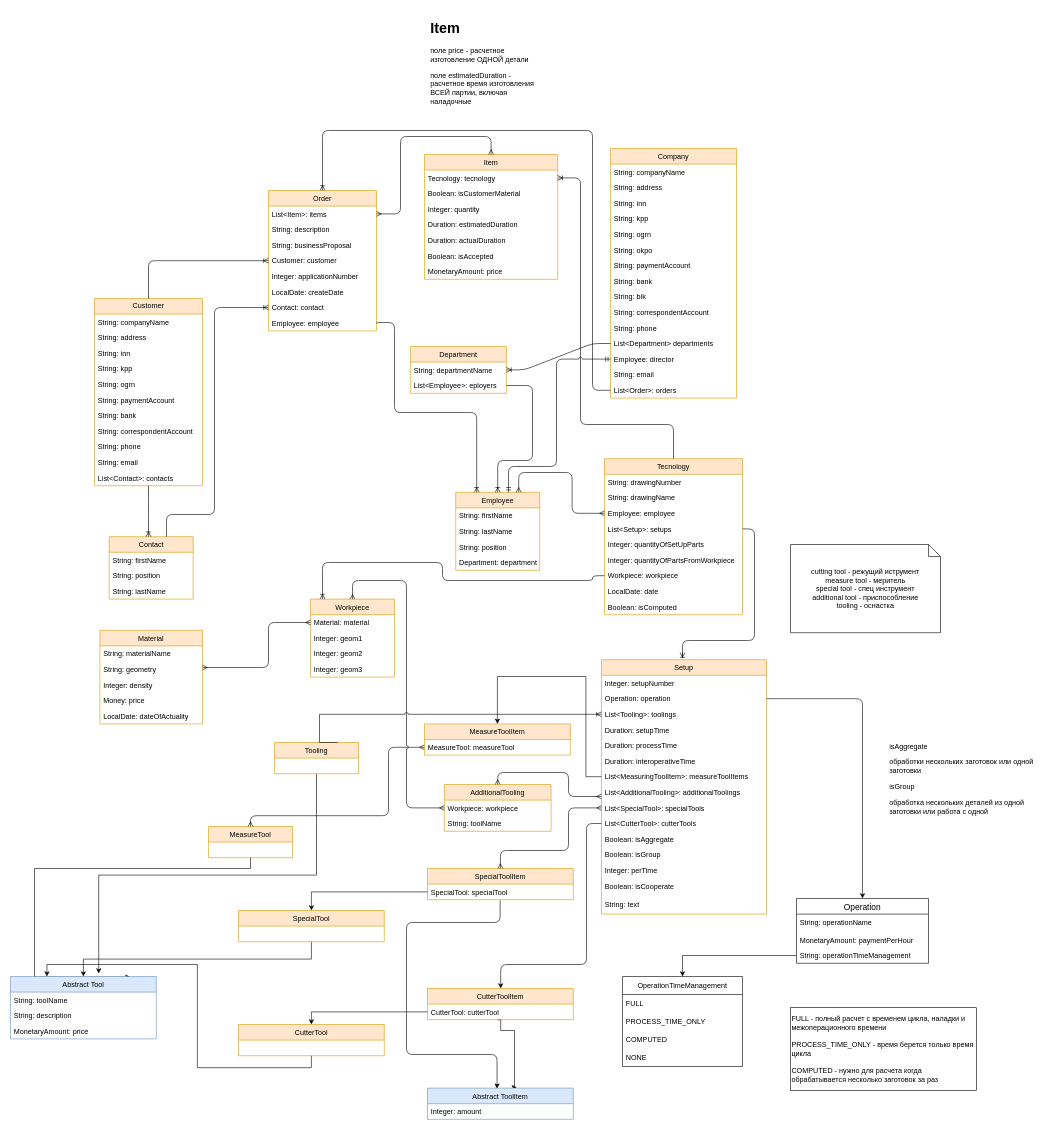
The draw.io diagram erp.drawio in Shaman58/sfsb, before the edit. Source tidied: cells renumbered, new cells numbered last; positions are measured from the earlier drawing's top-left corner, leaving out a move shared by most shapes. Both pictures are drawn from the tidied source at 60%, with x=0, y=0 at pixel (10, 16).
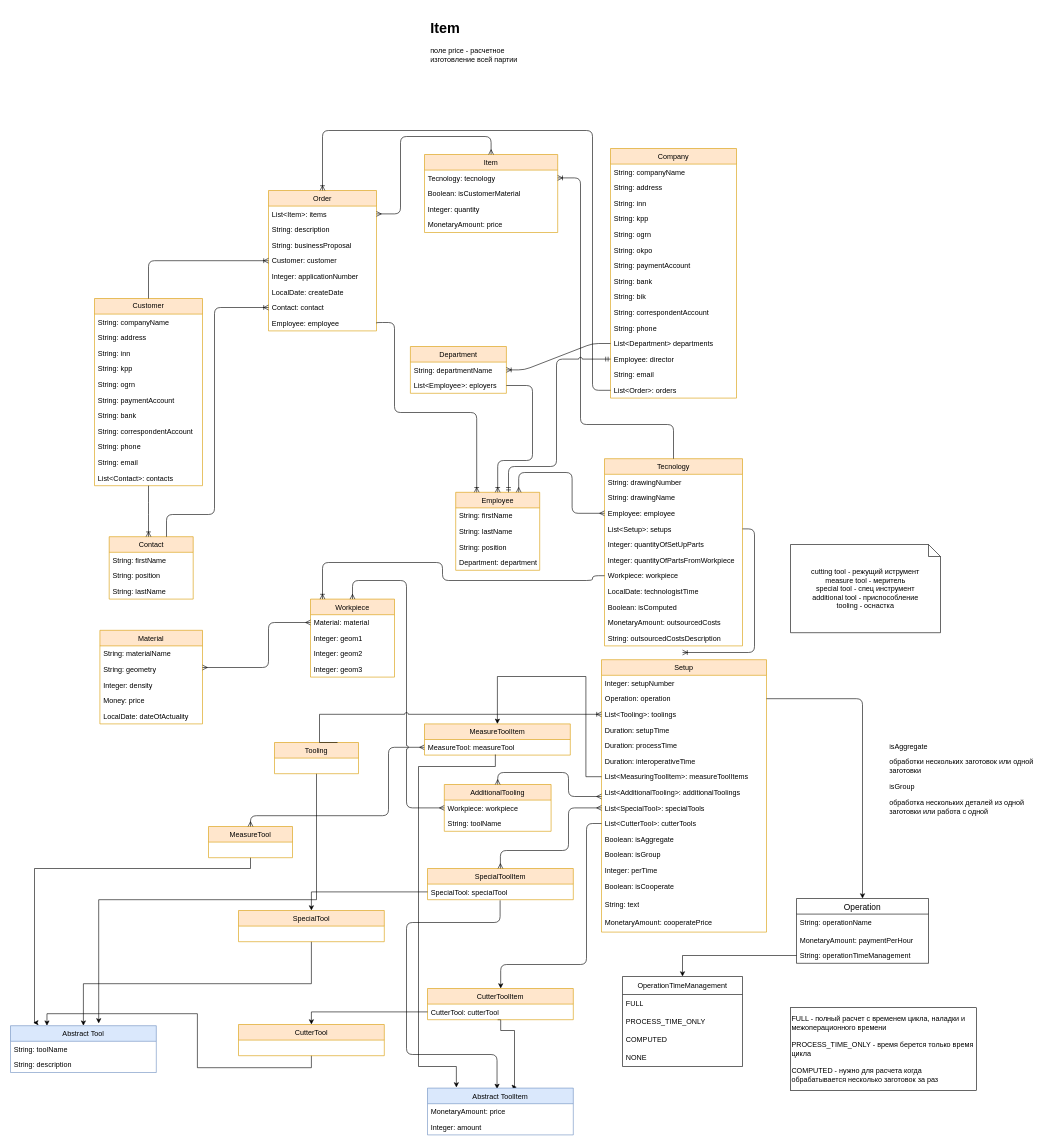
The same page after the edit.

The change refers to these unchanged cells:
```xml
<mxCell id="24" value="List&lt;Setup&gt;: setups" style="text;strokeColor=none;fillColor=none;align=left;verticalAlign=top;spacingLeft=4;spacingRight=4;overflow=hidden;points=[[0,0.5],[1,0.5]];portConstraint=eastwest;" parent="20" vertex="1">
  <mxGeometry y="104" width="230" height="26" as="geometry" />
</mxCell>
<mxCell id="66" value="MeasureTool" style="swimlane;fontStyle=0;horizontal=1;startSize=26;fillColor=#ffe6cc;fontSize=12;strokeColor=#d79b00;" parent="1" vertex="1">
  <mxGeometry x="330" y="1350" width="140" height="52" as="geometry" />
</mxCell>
<mxCell id="156" value="MeasureTool: measureTool" style="text;strokeColor=none;fillColor=none;align=left;verticalAlign=top;spacingLeft=4;spacingRight=4;overflow=hidden;points=[[0,0.5],[1,0.5]];portConstraint=eastwest;" parent="155" vertex="1">
  <mxGeometry y="26" width="243" height="26" as="geometry" />
</mxCell>
```

The edit, as a diff of the source:
```diff
@@
     <mxCell id="11" value="Item" style="swimlane;fontStyle=0;horizontal=1;startSize=26;fillColor=#ffe6cc;direction=east;strokeColor=#d79b00;" parent="1" vertex="1">
-      <mxGeometry x="690" y="230" width="222" height="208" as="geometry" />
+      <mxGeometry x="690" y="230" width="222" height="130" as="geometry" />
     </mxCell>
@@
-    <mxCell id="15" value="Duration: estimatedDuration" style="text;strokeColor=none;fillColor=none;align=left;verticalAlign=top;spacingLeft=4;spacingRight=4;overflow=hidden;" parent="11" vertex="1">
-      <mxGeometry y="104" width="222" height="26" as="geometry" />
-    </mxCell>
-    <mxCell id="16" value="Duration: actualDuration" style="text;strokeColor=none;fillColor=none;align=left;verticalAlign=top;spacingLeft=4;spacingRight=4;overflow=hidden;" parent="11" vertex="1">
-      <mxGeometry y="130" width="222" height="26" as="geometry" />
-    </mxCell>
-    <mxCell id="17" value="Boolean: isAccepted" style="text;strokeColor=none;fillColor=none;align=left;verticalAlign=top;spacingLeft=4;spacingRight=4;overflow=hidden;" parent="11" vertex="1">
-      <mxGeometry y="156" width="222" height="26" as="geometry" />
-    </mxCell>
     <mxCell id="18" value="MonetaryAmount: price" style="text;strokeColor=none;fillColor=none;align=left;verticalAlign=top;spacingLeft=4;spacingRight=4;overflow=hidden;" parent="11" vertex="1">
-      <mxGeometry y="182" width="222" height="26" as="geometry" />
+      <mxGeometry y="104" width="222" height="26" as="geometry" />
     </mxCell>
@@
     <mxCell id="20" value="Tecnology" style="swimlane;fontStyle=0;horizontal=1;startSize=26;fillColor=#ffe6cc;fontSize=12;glass=0;comic=0;strokeColor=#d79b00;" parent="1" vertex="1">
-      <mxGeometry x="990" y="737" width="230" height="260" as="geometry" />
+      <mxGeometry x="990" y="737" width="230" height="312" as="geometry" />
     </mxCell>
@@
-    <mxCell id="28" value="LocalDate: date" style="text;strokeColor=none;fillColor=none;align=left;verticalAlign=top;spacingLeft=4;spacingRight=4;overflow=hidden;" parent="20" vertex="1">
+    <mxCell id="28" value="LocalDate: technologistTime" style="text;strokeColor=none;fillColor=none;align=left;verticalAlign=top;spacingLeft=4;spacingRight=4;overflow=hidden;" parent="20" vertex="1">
       <mxGeometry y="208" width="230" height="26" as="geometry" />
     </mxCell>
@@
+    <mxCell id="159" value="MonetaryAmount: outsourcedCosts" style="text;strokeColor=none;fillColor=none;align=left;verticalAlign=top;spacingLeft=4;spacingRight=4;overflow=hidden;" parent="20" vertex="1">
+      <mxGeometry y="260" width="230" height="26" as="geometry" />
+    </mxCell>
+    <mxCell id="160" value="String: outsourcedCostsDescription" style="text;strokeColor=none;fillColor=none;align=left;verticalAlign=top;spacingLeft=4;spacingRight=4;overflow=hidden;" parent="20" vertex="1">
+      <mxGeometry y="286" width="230" height="26" as="geometry" />
+    </mxCell>
@@
-    <mxCell id="65" style="edgeStyle=orthogonalEdgeStyle;rounded=0;jettySize=auto;html=1;exitX=0.5;exitY=1;exitDx=0;exitDy=0;entryX=0.823;entryY=0.01;entryDx=0;entryDy=0;entryPerimeter=0;" parent="1" edge="1" source="66" target="148">
+    <mxCell id="65" style="edgeStyle=orthogonalEdgeStyle;rounded=0;jettySize=auto;html=1;exitX=0.5;exitY=1;exitDx=0;exitDy=0;entryX=0.156;entryY=-0.064;entryDx=0;entryDy=0;entryPerimeter=0;" parent="1" edge="1" source="66" target="148">
       <mxGeometry relative="1" as="geometry">
         <Array as="points">
           <mxPoint x="400" y="1420" />
           <mxPoint x="40" y="1420" />
-          <mxPoint x="40" y="1601" />
+          <mxPoint x="40" y="1677" />
         </Array>
       </mxGeometry>
     </mxCell>
@@
     <mxCell id="74" value="Setup" style="swimlane;fontStyle=0;horizontal=1;startSize=26;fillColor=#ffe6cc;fontSize=12;strokeColor=#d79b00;" parent="1" vertex="1">
-      <mxGeometry x="985" y="1072" width="275" height="424" as="geometry" />
+      <mxGeometry x="985" y="1072" width="275" height="454" as="geometry" />
     </mxCell>
@@
+    <mxCell id="161" value="MonetaryAmount: cooperatePrice" style="text;strokeColor=none;fillColor=none;align=left;verticalAlign=middle;spacingLeft=4;spacingRight=4;overflow=hidden;whiteSpace=wrap;html=1;" parent="74" vertex="1">
+      <mxGeometry y="424" width="275" height="30" as="geometry" />
+    </mxCell>
@@
     <mxCell id="91" style="edgeStyle=orthogonalEdgeStyle;fontSize=12;html=1;endArrow=ERoneToMany;shadow=0;strokeColor=#000000;" parent="1" edge="1" source="24">
       <mxGeometry relative="1" as="geometry">
         <mxPoint x="1120" y="1060" as="targetPoint" />
         <Array as="points">
           <mxPoint x="1240" y="854" />
-          <mxPoint x="1240" y="1040" />
-          <mxPoint x="1120" y="1040" />
-          <mxPoint x="1120" y="1072" />
+          <mxPoint x="1240" y="1060" />
+          <mxPoint x="1120" y="1060" />
         </Array>
       </mxGeometry>
     </mxCell>
@@
-    <mxCell id="126" value="&lt;h1&gt;Item&lt;/h1&gt;&lt;p&gt;поле price - расчетное изготовление ОДНОЙ детали&lt;/p&gt;&lt;p&gt;поле estimatedDuration - расчетное время изготовления ВСЕЙ партии, включая наладочные&lt;/p&gt;" style="text;html=1;strokeColor=none;fillColor=none;spacing=5;spacingTop=-20;whiteSpace=wrap;overflow=hidden;rounded=0;" parent="1" vertex="1">
+    <mxCell id="126" value="&lt;h1&gt;Item&lt;/h1&gt;&lt;p&gt;поле price - расчетное изготовление всей партии&lt;/p&gt;" style="text;html=1;strokeColor=none;fillColor=none;spacing=5;spacingTop=-20;whiteSpace=wrap;overflow=hidden;rounded=0;" parent="1" vertex="1">
       <mxGeometry x="695" width="190" height="160" as="geometry" />
     </mxCell>
@@
     <mxCell id="148" value="Abstract Tool" style="swimlane;fontStyle=0;horizontal=1;startSize=26;fillColor=#dae8fc;fontSize=12;strokeColor=#6c8ebf;" parent="1" vertex="1">
-      <mxGeometry y="1600" width="243" height="104" as="geometry" />
+      <mxGeometry y="1682" width="243" height="78" as="geometry" />
     </mxCell>
@@
+    <mxCell id="152" value="Abstract ToolItem" style="swimlane;fontStyle=0;horizontal=1;startSize=26;fillColor=#dae8fc;fontSize=12;strokeColor=#6c8ebf;" parent="1" vertex="1">
+      <mxGeometry x="695" y="1786" width="243" height="78" as="geometry" />
+    </mxCell>
-    <mxCell id="151" value="MonetaryAmount: price" style="text;strokeColor=none;fillColor=none;align=left;verticalAlign=top;spacingLeft=4;spacingRight=4;overflow=hidden;" parent="148" vertex="1">
-      <mxGeometry y="78" width="243" height="26" as="geometry" />
+    <mxCell id="151" value="MonetaryAmount: price" style="text;strokeColor=none;fillColor=none;align=left;verticalAlign=top;spacingLeft=4;spacingRight=4;overflow=hidden;" parent="152" vertex="1">
+      <mxGeometry y="26" width="243" height="26" as="geometry" />
     </mxCell>
-    <mxCell id="152" value="Abstract ToolItem" style="swimlane;fontStyle=0;horizontal=1;startSize=26;fillColor=#dae8fc;fontSize=12;strokeColor=#6c8ebf;" parent="1" vertex="1">
-      <mxGeometry x="695" y="1786" width="243" height="52" as="geometry" />
-    </mxCell>
     <mxCell id="153" value="Integer: amount" style="text;strokeColor=none;fillColor=none;align=left;verticalAlign=top;spacingLeft=4;spacingRight=4;overflow=hidden;" parent="152" vertex="1">
-      <mxGeometry y="26" width="243" height="26" as="geometry" />
+      <mxGeometry y="52" width="243" height="26" as="geometry" />
     </mxCell>
@@
+    <mxCell id="162" style="edgeStyle=orthogonalEdgeStyle;rounded=0;jettySize=auto;html=1;exitX=0.486;exitY=0.962;exitDx=0;exitDy=0;exitPerimeter=0;entryX=0.198;entryY=-0.013;entryDx=0;entryDy=0;entryPerimeter=0;" parent="1" edge="1" source="156" target="152">
+      <mxGeometry relative="1" as="geometry">
+        <Array as="points">
+          <mxPoint x="808" y="1250" />
+          <mxPoint x="680" y="1250" />
+          <mxPoint x="680" y="1750" />
+          <mxPoint x="743" y="1750" />
+        </Array>
+      </mxGeometry>
+    </mxCell>
```
